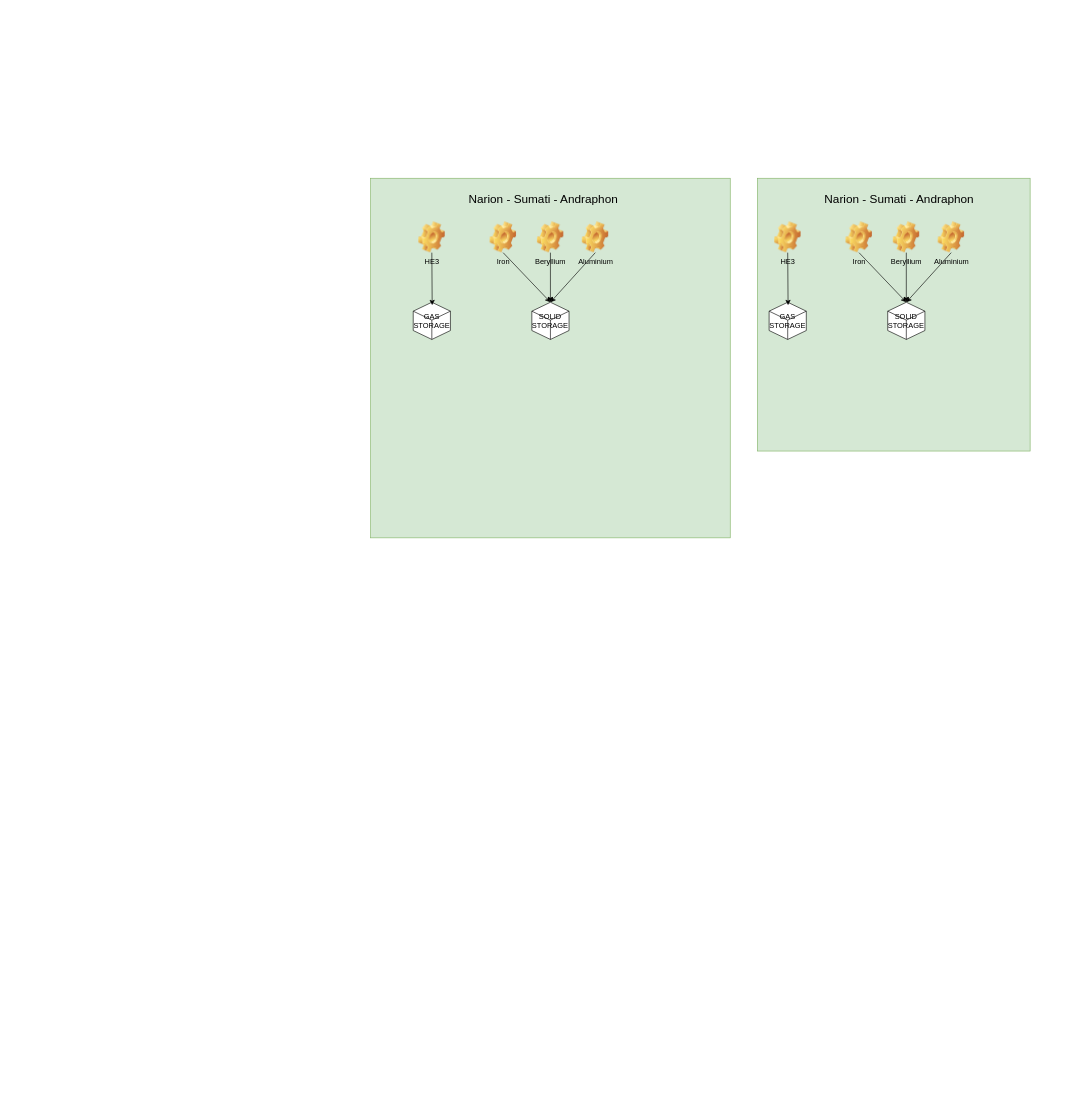
Above: Logistical setup.drawio in hnktnk/starfield_logistics (draw.io), before the change. Source tidied: cells renumbered, new cells numbered last; positions are measured from the earlier drawing's top-left corner, leaving out a move shared by most shapes. Both pictures are drawn from the tidied source at 62%, with x=0, y=0 at pixel (370, 178).
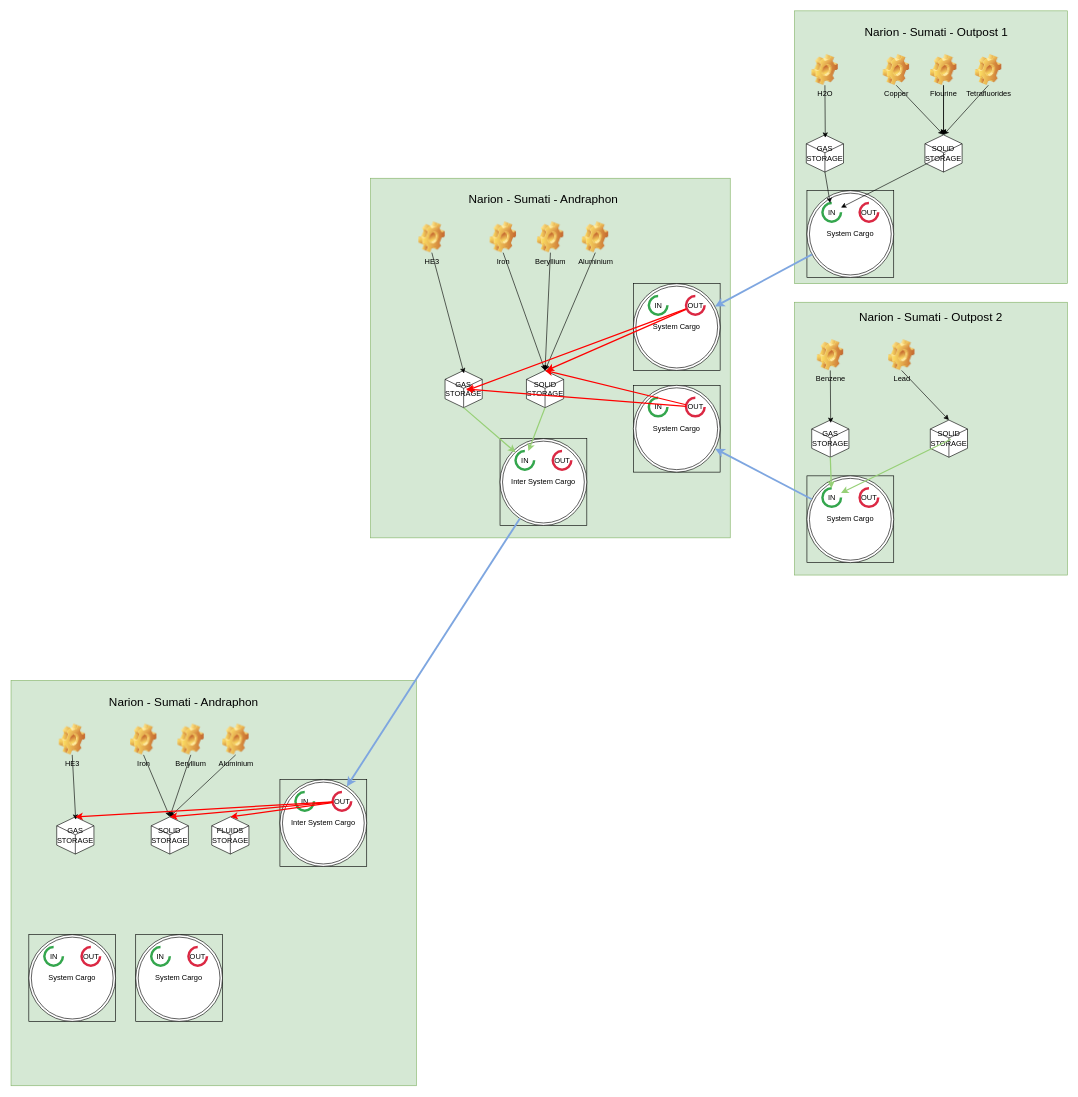
The same diagram, later.

Change to the diagram source:
```diff
@@
     <mxCell id="5" value="GAS STORAGE" style="html=1;whiteSpace=wrap;shape=isoCube2;backgroundOutline=1;isoAngle=15;" parent="1" vertex="1">
-      <mxGeometry x="69" y="200" width="60" height="60" as="geometry" />
+      <mxGeometry x="120.3" y="310" width="60" height="60" as="geometry" />
     </mxCell>
@@
     <mxCell id="8" value="SOLID STORAGE" style="html=1;whiteSpace=wrap;shape=isoCube2;backgroundOutline=1;isoAngle=15;" parent="1" vertex="1">
-      <mxGeometry x="260.3" y="200" width="60" height="60" as="geometry" />
+      <mxGeometry x="251.6" y="310" width="60" height="60" as="geometry" />
     </mxCell>
@@
     <mxCell id="14" style="whiteSpace=wrap;html=1;fillColor=#d5e8d4;strokeColor=#82b366;" parent="1" vertex="1">
-      <mxGeometry x="624" width="440" height="440" as="geometry" />
+      <mxGeometry x="684" y="-270" width="440" height="440" as="geometry" />
     </mxCell>
-    <mxCell id="15" value="Narion - Sumati - Andraphon" style="text;strokeColor=none;align=center;fillColor=none;html=1;verticalAlign=middle;whiteSpace=wrap;rounded=0;fontSize=19;" parent="1" vertex="1">
-      <mxGeometry x="648" y="20" width="410" height="30" as="geometry" />
+    <mxCell id="15" value="Narion - Sumati - Outpost 1" style="text;strokeColor=none;align=center;fillColor=none;html=1;verticalAlign=middle;whiteSpace=wrap;rounded=0;fontSize=19;" parent="1" vertex="1">
+      <mxGeometry x="708" y="-250" width="410" height="30" as="geometry" />
     </mxCell>
-    <mxCell id="16" value="HE3" style="shape=image;html=1;verticalLabelPosition=bottom;verticalAlign=top;imageAspect=1;image=img/clipart/Gear_128x128.png;" parent="1" vertex="1">
-      <mxGeometry x="651.7" y="70" width="42.6" height="50" as="geometry" />
+    <mxCell id="16" value="H2O" style="shape=image;html=1;verticalLabelPosition=bottom;verticalAlign=top;imageAspect=1;image=img/clipart/Gear_128x128.png;" parent="1" vertex="1">
+      <mxGeometry x="711.7" y="-200" width="42.6" height="50" as="geometry" />
     </mxCell>
     <mxCell id="17" value="GAS STORAGE" style="html=1;whiteSpace=wrap;shape=isoCube2;backgroundOutline=1;isoAngle=15;" parent="1" vertex="1">
-      <mxGeometry x="643" y="200" width="60" height="60" as="geometry" />
+      <mxGeometry x="703" y="-70" width="60" height="60" as="geometry" />
     </mxCell>
@@
-    <mxCell id="19" value="Iron" style="shape=image;html=1;verticalLabelPosition=bottom;verticalAlign=top;imageAspect=1;image=img/clipart/Gear_128x128.png;" parent="1" vertex="1">
-      <mxGeometry x="766.7" y="70" width="42.6" height="50" as="geometry" />
+    <mxCell id="19" value="Copper" style="shape=image;html=1;verticalLabelPosition=bottom;verticalAlign=top;imageAspect=1;image=img/clipart/Gear_128x128.png;" parent="1" vertex="1">
+      <mxGeometry x="826.7" y="-200" width="42.6" height="50" as="geometry" />
     </mxCell>
     <mxCell id="20" value="SOLID STORAGE" style="html=1;whiteSpace=wrap;shape=isoCube2;backgroundOutline=1;isoAngle=15;" parent="1" vertex="1">
-      <mxGeometry x="834.3" y="200" width="60" height="60" as="geometry" />
+      <mxGeometry x="894.3" y="-70" width="60" height="60" as="geometry" />
     </mxCell>
@@
+    <mxCell id="26" style="edgeStyle=none;rounded=0;jettySize=auto;html=1;" parent="1" edge="1" source="22" target="20">
+      <mxGeometry relative="1" as="geometry" />
+    </mxCell>
-    <mxCell id="22" value="Beryllium" style="shape=image;html=1;verticalLabelPosition=bottom;verticalAlign=top;imageAspect=1;image=img/clipart/Gear_128x128.png;" parent="1" vertex="1">
-      <mxGeometry x="843" y="70" width="42.6" height="50" as="geometry" />
+    <mxCell id="22" value="Flourine" style="shape=image;html=1;verticalLabelPosition=bottom;verticalAlign=top;imageAspect=1;image=img/clipart/Gear_128x128.png;" parent="1" vertex="1">
+      <mxGeometry x="903" y="-200" width="42.6" height="50" as="geometry" />
     </mxCell>
-    <mxCell id="23" value="Aluminium" style="shape=image;html=1;verticalLabelPosition=bottom;verticalAlign=top;imageAspect=1;image=img/clipart/Gear_128x128.png;" parent="1" vertex="1">
-      <mxGeometry x="915.4" y="70" width="42.6" height="50" as="geometry" />
+    <mxCell id="23" value="Tetrafluorides" style="shape=image;html=1;verticalLabelPosition=bottom;verticalAlign=top;imageAspect=1;image=img/clipart/Gear_128x128.png;" parent="1" vertex="1">
+      <mxGeometry x="975.4" y="-200" width="42.6" height="50" as="geometry" />
     </mxCell>
@@
+    <mxCell id="27" style="group;strokeColor=default;" parent="1" vertex="1">
+      <mxGeometry x="209" y="420" width="140" height="140" as="geometry" />
+    </mxCell>
+    <mxCell id="28" value="Inter System Cargo" style="ellipse;shape=doubleEllipse;whiteSpace=wrap;html=1;" parent="27" vertex="1">
+      <mxGeometry width="140" height="140" as="geometry" />
+    </mxCell>
+    <mxCell id="29" value="IN" style="html=1;shadow=0;dashed=0;shape=mxgraph.basic.arc;startAngle=0.25;endAngle=1;strokeWidth=4;strokeColor=#34A64D;" parent="27" vertex="1">
+      <mxGeometry x="25" y="20" width="30" height="30" as="geometry" />
+    </mxCell>
+    <mxCell id="30" value="OUT" style="html=1;shadow=0;dashed=0;shape=mxgraph.basic.arc;startAngle=0.25;endAngle=1;strokeWidth=4;strokeColor=#DB2843;" parent="27" vertex="1">
+      <mxGeometry x="85" y="20" width="30" height="30" as="geometry" />
+    </mxCell>
+    <mxCell id="31" style="edgeStyle=none;rounded=0;jettySize=auto;html=1;exitX=0.5;exitY=1;exitDx=0;exitDy=0;exitPerimeter=0;strokeColor=#97D077;strokeWidth=2;" parent="1" edge="1" source="5" target="29">
+      <mxGeometry relative="1" as="geometry" />
+    </mxCell>
+    <mxCell id="32" style="edgeStyle=none;rounded=0;jettySize=auto;html=1;exitX=0.5;exitY=1;exitDx=0;exitDy=0;exitPerimeter=0;strokeColor=#97D077;strokeWidth=2;" parent="1" edge="1" source="8" target="29">
+      <mxGeometry relative="1" as="geometry" />
+    </mxCell>
+    <mxCell id="33" style="group;strokeColor=default;" parent="1" vertex="1">
+      <mxGeometry x="424" y="170" width="140" height="140" as="geometry" />
+    </mxCell>
+    <mxCell id="34" value="System Cargo" style="ellipse;shape=doubleEllipse;whiteSpace=wrap;html=1;" parent="33" vertex="1">
+      <mxGeometry width="140" height="140" as="geometry" />
+    </mxCell>
+    <mxCell id="35" value="IN" style="html=1;shadow=0;dashed=0;shape=mxgraph.basic.arc;startAngle=0.25;endAngle=1;strokeWidth=4;strokeColor=#34A64D;" parent="33" vertex="1">
+      <mxGeometry x="25" y="20" width="30" height="30" as="geometry" />
+    </mxCell>
+    <mxCell id="36" value="OUT" style="html=1;shadow=0;dashed=0;shape=mxgraph.basic.arc;startAngle=0.25;endAngle=1;strokeWidth=4;strokeColor=#DB2843;" parent="33" vertex="1">
+      <mxGeometry x="85" y="20" width="30" height="30" as="geometry" />
+    </mxCell>
+    <mxCell id="37" style="whiteSpace=wrap;html=1;fillColor=#d5e8d4;strokeColor=#82b366;" parent="1" vertex="1">
+      <mxGeometry x="684" y="200" width="440" height="440" as="geometry" />
+    </mxCell>
+    <mxCell id="38" value="Narion - Sumati - Outpost 2" style="text;strokeColor=none;align=center;fillColor=none;html=1;verticalAlign=middle;whiteSpace=wrap;rounded=0;fontSize=19;" parent="1" vertex="1">
+      <mxGeometry x="699" y="210" width="410" height="30" as="geometry" />
+    </mxCell>
+    <mxCell id="39" style="group;strokeColor=default;" parent="1" vertex="1">
+      <mxGeometry x="704" y="20" width="140" height="140" as="geometry" />
+    </mxCell>
+    <mxCell id="40" value="System Cargo" style="ellipse;shape=doubleEllipse;whiteSpace=wrap;html=1;" parent="39" vertex="1">
+      <mxGeometry width="140" height="140" as="geometry" />
+    </mxCell>
+    <mxCell id="41" value="IN" style="html=1;shadow=0;dashed=0;shape=mxgraph.basic.arc;startAngle=0.25;endAngle=1;strokeWidth=4;strokeColor=#34A64D;" parent="39" vertex="1">
+      <mxGeometry x="25" y="20" width="30" height="30" as="geometry" />
+    </mxCell>
+    <mxCell id="42" value="OUT" style="html=1;shadow=0;dashed=0;shape=mxgraph.basic.arc;startAngle=0.25;endAngle=1;strokeWidth=4;strokeColor=#DB2843;" parent="39" vertex="1">
+      <mxGeometry x="85" y="20" width="30" height="30" as="geometry" />
+    </mxCell>
+    <mxCell id="43" style="edgeStyle=none;rounded=0;jettySize=auto;html=1;exitX=0.5;exitY=1;exitDx=0;exitDy=0;exitPerimeter=0;" parent="1" edge="1" source="17" target="41">
+      <mxGeometry relative="1" as="geometry" />
+    </mxCell>
+    <mxCell id="44" style="edgeStyle=none;rounded=0;jettySize=auto;html=1;exitX=0.552;exitY=0.517;exitDx=0;exitDy=0;exitPerimeter=0;" parent="1" edge="1" source="20" target="41">
+      <mxGeometry relative="1" as="geometry" />
+    </mxCell>
+    <mxCell id="45" style="edgeStyle=none;rounded=0;jettySize=auto;html=1;strokeColor=#7EA6E0;strokeWidth=3;" parent="1" edge="1" source="40" target="34">
+      <mxGeometry relative="1" as="geometry" />
+    </mxCell>
+    <mxCell id="46" style="edgeStyle=none;rounded=0;jettySize=auto;html=1;entryX=0.589;entryY=0.536;entryDx=0;entryDy=0;entryPerimeter=0;strokeColor=#ff0000;strokeWidth=2;" parent="1" edge="1" source="36" target="5">
+      <mxGeometry relative="1" as="geometry" />
+    </mxCell>
+    <mxCell id="47" style="edgeStyle=none;rounded=0;jettySize=auto;html=1;strokeColor=#ff0000;strokeWidth=2;" parent="1" edge="1" source="36">
+      <mxGeometry relative="1" as="geometry">
+        <mxPoint x="284" y="310" as="targetPoint" />
+      </mxGeometry>
+    </mxCell>
+    <mxCell id="48" style="group;strokeColor=default;" parent="1" vertex="1">
+      <mxGeometry x="424" y="334" width="140" height="140" as="geometry" />
+    </mxCell>
+    <mxCell id="49" value="System Cargo" style="ellipse;shape=doubleEllipse;whiteSpace=wrap;html=1;" parent="48" vertex="1">
+      <mxGeometry width="140" height="140" as="geometry" />
+    </mxCell>
+    <mxCell id="50" value="IN" style="html=1;shadow=0;dashed=0;shape=mxgraph.basic.arc;startAngle=0.25;endAngle=1;strokeWidth=4;strokeColor=#34A64D;" parent="48" vertex="1">
+      <mxGeometry x="25" y="20" width="30" height="30" as="geometry" />
+    </mxCell>
+    <mxCell id="51" value="OUT" style="html=1;shadow=0;dashed=0;shape=mxgraph.basic.arc;startAngle=0.25;endAngle=1;strokeWidth=4;strokeColor=#DB2843;" parent="48" vertex="1">
+      <mxGeometry x="85" y="20" width="30" height="30" as="geometry" />
+    </mxCell>
+    <mxCell id="52" style="group;strokeColor=default;" parent="1" vertex="1">
+      <mxGeometry x="704" y="480" width="140" height="140" as="geometry" />
+    </mxCell>
+    <mxCell id="53" value="System Cargo" style="ellipse;shape=doubleEllipse;whiteSpace=wrap;html=1;" parent="52" vertex="1">
+      <mxGeometry width="140" height="140" as="geometry" />
+    </mxCell>
+    <mxCell id="54" value="IN" style="html=1;shadow=0;dashed=0;shape=mxgraph.basic.arc;startAngle=0.25;endAngle=1;strokeWidth=4;strokeColor=#34A64D;" parent="52" vertex="1">
+      <mxGeometry x="25" y="20" width="30" height="30" as="geometry" />
+    </mxCell>
+    <mxCell id="55" value="OUT" style="html=1;shadow=0;dashed=0;shape=mxgraph.basic.arc;startAngle=0.25;endAngle=1;strokeWidth=4;strokeColor=#DB2843;" parent="52" vertex="1">
+      <mxGeometry x="85" y="20" width="30" height="30" as="geometry" />
+    </mxCell>
+    <mxCell id="56" style="edgeStyle=none;rounded=0;jettySize=auto;html=1;strokeColor=#7EA6E0;strokeWidth=3;" parent="1" edge="1" source="53" target="49">
+      <mxGeometry relative="1" as="geometry" />
+    </mxCell>
+    <mxCell id="57" style="edgeStyle=none;rounded=0;jettySize=auto;html=1;entryX=0.561;entryY=0.5;entryDx=0;entryDy=0;entryPerimeter=0;strokeColor=#ff0000;strokeWidth=2;" parent="1" edge="1" source="51" target="5">
+      <mxGeometry relative="1" as="geometry" />
+    </mxCell>
+    <mxCell id="58" style="edgeStyle=none;rounded=0;jettySize=auto;html=1;entryX=0.5;entryY=0;entryDx=0;entryDy=0;entryPerimeter=0;strokeColor=#ff0000;strokeWidth=2;" parent="1" edge="1" source="51" target="8">
+      <mxGeometry relative="1" as="geometry" />
+    </mxCell>
+    <mxCell id="59" value="Benzene" style="shape=image;html=1;verticalLabelPosition=bottom;verticalAlign=top;imageAspect=1;image=img/clipart/Gear_128x128.png;" parent="1" vertex="1">
+      <mxGeometry x="720.4" y="260" width="42.6" height="50" as="geometry" />
+    </mxCell>
+    <mxCell id="60" value="GAS STORAGE" style="html=1;whiteSpace=wrap;shape=isoCube2;backgroundOutline=1;isoAngle=15;" parent="1" vertex="1">
+      <mxGeometry x="711.7" y="390" width="60" height="60" as="geometry" />
+    </mxCell>
+    <mxCell id="61" style="edgeStyle=none;rounded=0;jettySize=auto;html=1;exitX=0.5;exitY=1;exitDx=0;exitDy=0;entryX=0.51;entryY=0.078;entryDx=0;entryDy=0;entryPerimeter=0;" parent="1" edge="1" source="59" target="60">
+      <mxGeometry relative="1" as="geometry" />
+    </mxCell>
+    <mxCell id="62" value="Lead" style="shape=image;html=1;verticalLabelPosition=bottom;verticalAlign=top;imageAspect=1;image=img/clipart/Gear_128x128.png;" parent="1" vertex="1">
+      <mxGeometry x="835.4" y="260" width="42.6" height="50" as="geometry" />
+    </mxCell>
+    <mxCell id="63" value="SOLID STORAGE" style="html=1;whiteSpace=wrap;shape=isoCube2;backgroundOutline=1;isoAngle=15;" parent="1" vertex="1">
+      <mxGeometry x="903" y="390" width="60" height="60" as="geometry" />
+    </mxCell>
+    <mxCell id="64" style="edgeStyle=none;rounded=0;jettySize=auto;html=1;exitX=0.5;exitY=1;exitDx=0;exitDy=0;entryX=0.5;entryY=0;entryDx=0;entryDy=0;entryPerimeter=0;" parent="1" edge="1" source="62" target="63">
+      <mxGeometry relative="1" as="geometry" />
+    </mxCell>
+    <mxCell id="65" style="edgeStyle=none;rounded=0;jettySize=auto;html=1;exitX=0.5;exitY=1;exitDx=0;exitDy=0;exitPerimeter=0;strokeColor=#97D077;strokeWidth=2;" parent="1" edge="1" source="60" target="54">
+      <mxGeometry relative="1" as="geometry" />
+    </mxCell>
+    <mxCell id="66" style="edgeStyle=none;rounded=0;jettySize=auto;html=1;exitX=0.552;exitY=0.517;exitDx=0;exitDy=0;exitPerimeter=0;strokeColor=#97D077;strokeWidth=2;" parent="1" edge="1" source="63" target="54">
+      <mxGeometry relative="1" as="geometry" />
+    </mxCell>
+    <mxCell id="67" style="whiteSpace=wrap;html=1;fillColor=#d5e8d4;strokeColor=#82b366;perimeter=rectanglePerimeter;" parent="1" vertex="1">
+      <mxGeometry x="-579.7" y="810" width="653.7" height="653.7" as="geometry" />
+    </mxCell>
+    <mxCell id="68" value="Narion - Sumati - Andraphon" style="text;strokeColor=none;align=center;fillColor=none;html=1;verticalAlign=middle;whiteSpace=wrap;rounded=0;fontSize=19;" parent="1" vertex="1">
+      <mxGeometry x="-506" y="830" width="410" height="30" as="geometry" />
+    </mxCell>
+    <mxCell id="69" value="HE3" style="shape=image;html=1;verticalLabelPosition=bottom;verticalAlign=top;imageAspect=1;image=img/clipart/Gear_128x128.png;" parent="1" vertex="1">
+      <mxGeometry x="-502.3" y="880" width="42.6" height="50" as="geometry" />
+    </mxCell>
+    <mxCell id="70" value="GAS STORAGE" style="html=1;whiteSpace=wrap;shape=isoCube2;backgroundOutline=1;isoAngle=15;" parent="1" vertex="1">
+      <mxGeometry x="-506" y="1030" width="60" height="60" as="geometry" />
+    </mxCell>
+    <mxCell id="71" style="edgeStyle=none;rounded=0;jettySize=auto;html=1;exitX=0.5;exitY=1;exitDx=0;exitDy=0;entryX=0.51;entryY=0.078;entryDx=0;entryDy=0;entryPerimeter=0;" parent="1" edge="1" source="69" target="70">
+      <mxGeometry relative="1" as="geometry" />
+    </mxCell>
+    <mxCell id="72" value="Iron" style="shape=image;html=1;verticalLabelPosition=bottom;verticalAlign=top;imageAspect=1;image=img/clipart/Gear_128x128.png;" parent="1" vertex="1">
+      <mxGeometry x="-387.3" y="880" width="42.6" height="50" as="geometry" />
+    </mxCell>
+    <mxCell id="73" style="edgeStyle=none;rounded=0;jettySize=auto;html=1;exitX=0.5;exitY=1;exitDx=0;exitDy=0;entryX=0.5;entryY=0;entryDx=0;entryDy=0;entryPerimeter=0;" parent="1" edge="1" source="72" target="90">
+      <mxGeometry relative="1" as="geometry" />
+    </mxCell>
+    <mxCell id="74" value="Beryllium" style="shape=image;html=1;verticalLabelPosition=bottom;verticalAlign=top;imageAspect=1;image=img/clipart/Gear_128x128.png;" parent="1" vertex="1">
+      <mxGeometry x="-311" y="880" width="42.6" height="50" as="geometry" />
+    </mxCell>
+    <mxCell id="75" value="Aluminium" style="shape=image;html=1;verticalLabelPosition=bottom;verticalAlign=top;imageAspect=1;image=img/clipart/Gear_128x128.png;" parent="1" vertex="1">
+      <mxGeometry x="-238.6" y="880" width="42.6" height="50" as="geometry" />
+    </mxCell>
+    <mxCell id="76" style="edgeStyle=none;rounded=0;jettySize=auto;html=1;exitX=0.5;exitY=1;exitDx=0;exitDy=0;entryX=0.5;entryY=0;entryDx=0;entryDy=0;entryPerimeter=0;" parent="1" edge="1" source="74" target="90">
+      <mxGeometry relative="1" as="geometry" />
+    </mxCell>
+    <mxCell id="77" style="edgeStyle=none;rounded=0;jettySize=auto;html=1;exitX=0.5;exitY=1;exitDx=0;exitDy=0;entryX=0.5;entryY=0;entryDx=0;entryDy=0;entryPerimeter=0;" parent="1" edge="1" source="75" target="90">
+      <mxGeometry relative="1" as="geometry" />
+    </mxCell>
+    <mxCell id="78" style="group;strokeColor=default;" parent="1" vertex="1">
+      <mxGeometry x="-146" y="970" width="140" height="140" as="geometry" />
+    </mxCell>
+    <mxCell id="79" value="Inter System Cargo" style="ellipse;shape=doubleEllipse;whiteSpace=wrap;html=1;" parent="78" vertex="1">
+      <mxGeometry width="140" height="140" as="geometry" />
+    </mxCell>
+    <mxCell id="80" value="IN" style="html=1;shadow=0;dashed=0;shape=mxgraph.basic.arc;startAngle=0.25;endAngle=1;strokeWidth=4;strokeColor=#34A64D;" parent="78" vertex="1">
+      <mxGeometry x="25" y="20" width="30" height="30" as="geometry" />
+    </mxCell>
+    <mxCell id="81" value="OUT" style="html=1;shadow=0;dashed=0;shape=mxgraph.basic.arc;startAngle=0.25;endAngle=1;strokeWidth=4;strokeColor=#DB2843;" parent="78" vertex="1">
+      <mxGeometry x="85" y="20" width="30" height="30" as="geometry" />
+    </mxCell>
+    <mxCell id="82" style="group;strokeColor=default;" parent="1" vertex="1">
+      <mxGeometry x="-551" y="1220" width="140" height="140" as="geometry" />
+    </mxCell>
+    <mxCell id="83" value="System Cargo" style="ellipse;shape=doubleEllipse;whiteSpace=wrap;html=1;" parent="82" vertex="1">
+      <mxGeometry width="140" height="140" as="geometry" />
+    </mxCell>
+    <mxCell id="84" value="IN" style="html=1;shadow=0;dashed=0;shape=mxgraph.basic.arc;startAngle=0.25;endAngle=1;strokeWidth=4;strokeColor=#34A64D;" parent="82" vertex="1">
+      <mxGeometry x="25" y="20" width="30" height="30" as="geometry" />
+    </mxCell>
+    <mxCell id="85" value="OUT" style="html=1;shadow=0;dashed=0;shape=mxgraph.basic.arc;startAngle=0.25;endAngle=1;strokeWidth=4;strokeColor=#DB2843;" parent="82" vertex="1">
+      <mxGeometry x="85" y="20" width="30" height="30" as="geometry" />
+    </mxCell>
+    <mxCell id="86" style="group;strokeColor=default;" parent="1" vertex="1">
+      <mxGeometry x="-378.6" y="1220" width="140" height="140" as="geometry" />
+    </mxCell>
+    <mxCell id="87" value="System Cargo" style="ellipse;shape=doubleEllipse;whiteSpace=wrap;html=1;" parent="86" vertex="1">
+      <mxGeometry width="140" height="140" as="geometry" />
+    </mxCell>
+    <mxCell id="88" value="IN" style="html=1;shadow=0;dashed=0;shape=mxgraph.basic.arc;startAngle=0.25;endAngle=1;strokeWidth=4;strokeColor=#34A64D;" parent="86" vertex="1">
+      <mxGeometry x="25" y="20" width="30" height="30" as="geometry" />
+    </mxCell>
+    <mxCell id="89" value="OUT" style="html=1;shadow=0;dashed=0;shape=mxgraph.basic.arc;startAngle=0.25;endAngle=1;strokeWidth=4;strokeColor=#DB2843;" parent="86" vertex="1">
+      <mxGeometry x="85" y="20" width="30" height="30" as="geometry" />
+    </mxCell>
+    <mxCell id="90" value="SOLID STORAGE" style="html=1;whiteSpace=wrap;shape=isoCube2;backgroundOutline=1;isoAngle=15;" parent="1" vertex="1">
+      <mxGeometry x="-353.6" y="1030" width="60" height="60" as="geometry" />
+    </mxCell>
+    <mxCell id="91" style="edgeStyle=none;rounded=0;jettySize=auto;html=1;strokeColor=#7EA6E0;strokeWidth=3;" parent="1" edge="1" source="28" target="79">
+      <mxGeometry relative="1" as="geometry" />
+    </mxCell>
+    <mxCell id="92" style="edgeStyle=none;rounded=0;jettySize=auto;html=1;strokeColor=#ff0000;strokeWidth=2;entryX=0.5;entryY=0;entryDx=0;entryDy=0;entryPerimeter=0;" parent="1" edge="1" source="81" target="70">
+      <mxGeometry relative="1" as="geometry" />
+    </mxCell>
+    <mxCell id="93" value="FLUIDS STORAGE" style="html=1;whiteSpace=wrap;shape=isoCube2;backgroundOutline=1;isoAngle=15;" parent="1" vertex="1">
+      <mxGeometry x="-256" y="1030" width="60" height="60" as="geometry" />
+    </mxCell>
+    <mxCell id="94" style="edgeStyle=none;rounded=0;jettySize=auto;html=1;strokeColor=#ff0000;strokeWidth=2;entryX=0.5;entryY=0;entryDx=0;entryDy=0;entryPerimeter=0;" parent="1" edge="1" source="81" target="90">
+      <mxGeometry relative="1" as="geometry" />
+    </mxCell>
+    <mxCell id="95" style="edgeStyle=none;rounded=0;jettySize=auto;html=1;strokeColor=#ff0000;strokeWidth=2;entryX=0.5;entryY=0;entryDx=0;entryDy=0;entryPerimeter=0;" parent="1" edge="1" source="81" target="93">
+      <mxGeometry relative="1" as="geometry" />
+    </mxCell>
```
